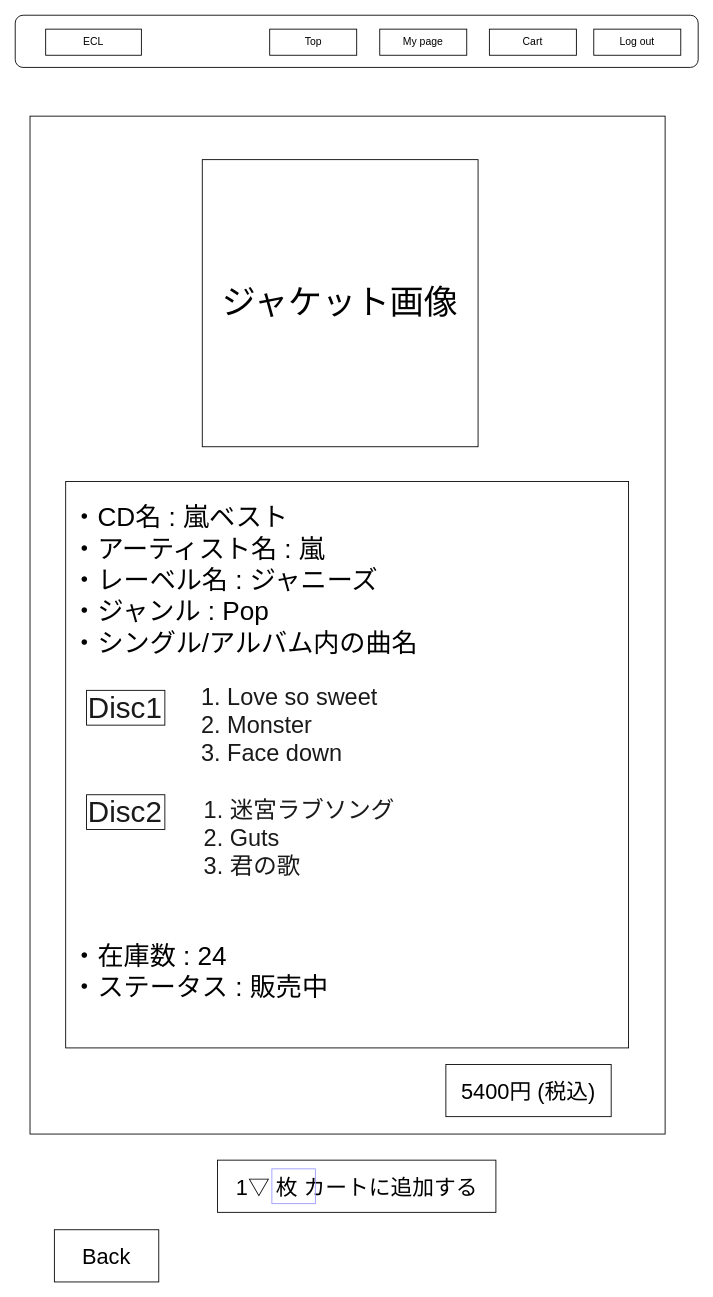
Before: ワイヤーフレーム/user/user_item_detail.drawio in ecl11/ECL, a draw.io diagram. Source tidied: cells renumbered, new cells numbered last; positions are measured from the earlier drawing's top-left corner, leaving out a move shared by most shapes. Both pictures are drawn from the tidied source at 87%, with x=0, y=0 at pixel (15, 15).
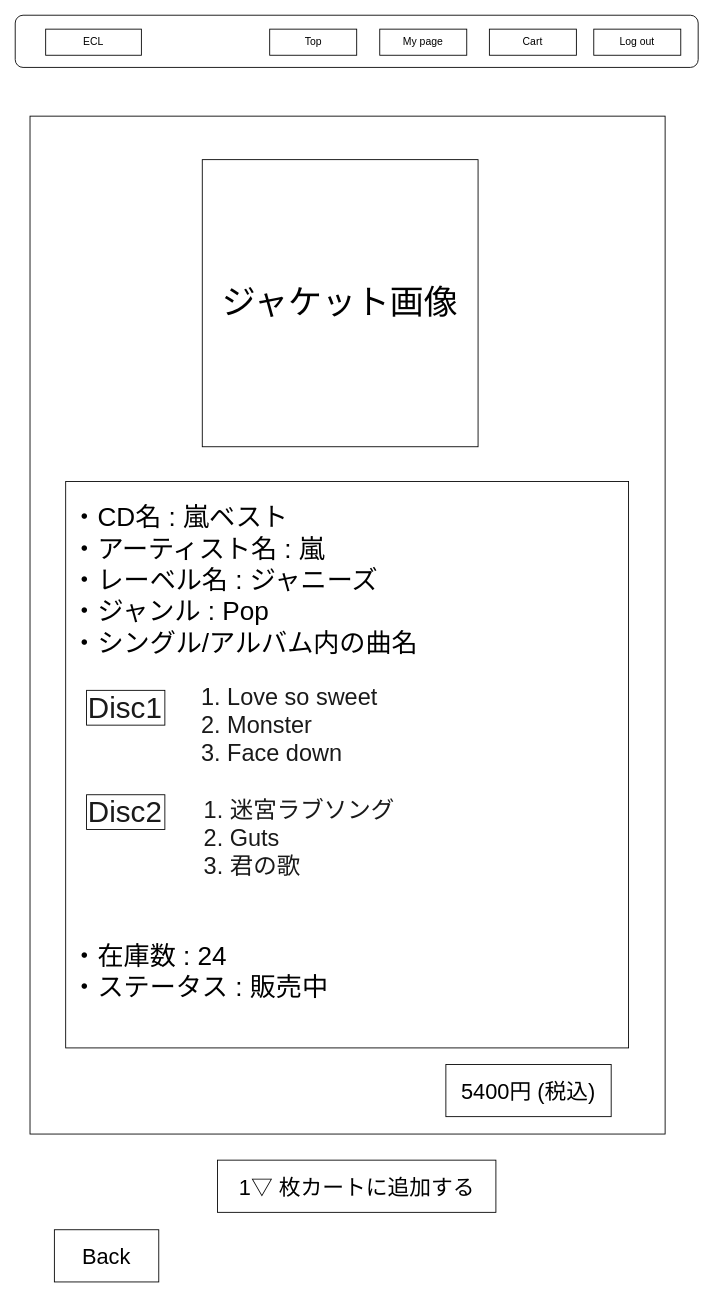
The same diagram, later.

What changed in the source:
```diff
@@
 <mxGraphModel>
   <root>
     <mxCell id="0" />
     <mxCell id="1" parent="0" />
     <mxCell id="2" style="rounded=0;whiteSpace=wrap;html=1;" parent="1" vertex="1">
       <mxGeometry x="17" y="116" width="730" height="1170" as="geometry" />
     </mxCell>
     <mxCell id="3" value="&lt;font style=&quot;font-size: 39px&quot;&gt;ジャケット画像&lt;/font&gt;" style="rounded=0;whiteSpace=wrap;html=1;" parent="1" vertex="1">
       <mxGeometry x="215" y="166" width="317" height="330" as="geometry" />
     </mxCell>
-    <mxCell id="4" value="&lt;span style=&quot;font-size: 25px&quot;&gt;1▽ 枚 カートに追加する&lt;/span&gt;" style="rounded=0;whiteSpace=wrap;html=1;" parent="1" vertex="1">
+    <mxCell id="4" value="&lt;span style=&quot;font-size: 25px&quot;&gt;1▽ 枚カートに追加する&lt;/span&gt;" style="rounded=0;whiteSpace=wrap;html=1;" parent="1" vertex="1">
       <mxGeometry x="232.5" y="1316" width="320" height="60" as="geometry" />
     </mxCell>
     <mxCell id="5" style="rounded=1;whiteSpace=wrap;html=1;" parent="1" vertex="1">
       <mxGeometry width="785" height="60" as="geometry" />
     </mxCell>
     <mxCell id="6" value="ECL" style="rounded=0;whiteSpace=wrap;html=1;" parent="1" vertex="1">
       <mxGeometry x="35" y="16" width="110" height="30" as="geometry" />
     </mxCell>
     <mxCell id="7" value="Top" style="rounded=0;whiteSpace=wrap;html=1;" parent="1" vertex="1">
       <mxGeometry x="292.5" y="16" width="100" height="30" as="geometry" />
     </mxCell>
     <mxCell id="8" value="Cart" style="rounded=0;whiteSpace=wrap;html=1;" parent="1" vertex="1">
       <mxGeometry x="545" y="16" width="100" height="30" as="geometry" />
     </mxCell>
     <mxCell id="9" value="Log out" style="rounded=0;whiteSpace=wrap;html=1;" parent="1" vertex="1">
       <mxGeometry x="665" y="16" width="100" height="30" as="geometry" />
     </mxCell>
     <mxCell id="10" value="My page" style="rounded=0;whiteSpace=wrap;html=1;" parent="1" vertex="1">
       <mxGeometry x="419" y="16" width="100" height="30" as="geometry" />
     </mxCell>
     <mxCell id="11" value="&lt;font style=&quot;font-size: 25px&quot;&gt;Back&lt;/font&gt;" style="rounded=0;whiteSpace=wrap;html=1;" parent="1" vertex="1">
       <mxGeometry x="45" y="1396" width="120" height="60" as="geometry" />
     </mxCell>
     <mxCell id="12" value="&lt;p style=&quot;line-height: 160%&quot;&gt;&lt;/p&gt;&lt;div style=&quot;text-align: left ; font-size: 30px&quot;&gt;&lt;span&gt;&lt;font style=&quot;font-size: 30px&quot;&gt;・CD名 : 嵐ベスト&amp;nbsp;&lt;/font&gt;&lt;/span&gt;&lt;/div&gt;&lt;div style=&quot;text-align: left ; font-size: 30px&quot;&gt;&lt;span&gt;&lt;font style=&quot;font-size: 30px&quot;&gt;・アーティスト名 : 嵐&lt;/font&gt;&lt;/span&gt;&lt;/div&gt;&lt;div style=&quot;text-align: left ; font-size: 30px&quot;&gt;&lt;span&gt;&lt;font style=&quot;font-size: 30px&quot;&gt;・レーベル名 : ジャニーズ&lt;/font&gt;&lt;/span&gt;&lt;/div&gt;&lt;div style=&quot;text-align: left ; font-size: 30px&quot;&gt;&lt;span&gt;&lt;font style=&quot;font-size: 30px&quot;&gt;・ジャンル : Pop&lt;/font&gt;&lt;/span&gt;&lt;/div&gt;&lt;div style=&quot;text-align: left ; font-size: 30px&quot;&gt;&lt;span&gt;&lt;font style=&quot;font-size: 30px&quot;&gt;・シングル/アルバム内の曲名&lt;/font&gt;&lt;/span&gt;&lt;/div&gt;&lt;div style=&quot;text-align: left ; font-size: 30px&quot;&gt;&lt;span&gt;&lt;font style=&quot;font-size: 30px&quot;&gt;　&lt;/font&gt;&lt;/span&gt;&lt;/div&gt;&lt;div style=&quot;text-align: left ; font-size: 30px&quot;&gt;&lt;br&gt;&lt;/div&gt;&lt;div style=&quot;text-align: left ; font-size: 30px&quot;&gt;&lt;span&gt;&lt;font style=&quot;font-size: 30px&quot;&gt;&lt;br&gt;&lt;/font&gt;&lt;/span&gt;&lt;/div&gt;&lt;div style=&quot;text-align: left ; font-size: 30px&quot;&gt;&lt;span&gt;&lt;font style=&quot;font-size: 30px&quot;&gt;&lt;br&gt;&lt;/font&gt;&lt;/span&gt;&lt;/div&gt;&lt;div style=&quot;text-align: left ; font-size: 30px&quot;&gt;&lt;span&gt;&lt;font style=&quot;font-size: 30px&quot;&gt;&lt;br&gt;&lt;/font&gt;&lt;/span&gt;&lt;/div&gt;&lt;div style=&quot;text-align: left ; font-size: 30px&quot;&gt;&lt;span&gt;&lt;font style=&quot;font-size: 30px&quot;&gt;&amp;nbsp; &amp;nbsp;&amp;nbsp;&lt;/font&gt;&lt;/span&gt;&lt;/div&gt;&lt;div style=&quot;text-align: left ; font-size: 30px&quot;&gt;&lt;span&gt;&lt;font style=&quot;font-size: 30px&quot;&gt;&lt;br&gt;&lt;/font&gt;&lt;/span&gt;&lt;/div&gt;&lt;div style=&quot;text-align: left ; font-size: 30px&quot;&gt;&lt;span&gt;&lt;font style=&quot;font-size: 30px&quot;&gt;&lt;br&gt;&lt;/font&gt;&lt;/span&gt;&lt;/div&gt;&lt;div style=&quot;text-align: left ; font-size: 30px&quot;&gt;&lt;br&gt;&lt;/div&gt;&lt;div style=&quot;text-align: left ; font-size: 30px&quot;&gt;&lt;span&gt;&lt;font style=&quot;font-size: 30px&quot;&gt;・在庫数 : 24&lt;/font&gt;&lt;/span&gt;&lt;/div&gt;&lt;div style=&quot;text-align: left ; font-size: 30px&quot;&gt;&lt;span&gt;&lt;font style=&quot;font-size: 30px&quot;&gt;・ステータス : 販売中&lt;/font&gt;&lt;/span&gt;&lt;/div&gt;&lt;p&gt;&lt;/p&gt;" style="rounded=0;whiteSpace=wrap;html=1;align=left;verticalAlign=top;spacing=7;" parent="1" vertex="1">
       <mxGeometry x="58" y="536" width="647" height="651" as="geometry" />
     </mxCell>
     <mxCell id="13" value="&lt;span style=&quot;font-size: 25px&quot;&gt;5400円 (税込)&lt;/span&gt;" style="rounded=0;whiteSpace=wrap;html=1;" parent="1" vertex="1">
       <mxGeometry x="495" y="1206" width="190" height="60" as="geometry" />
     </mxCell>
     <mxCell id="14" value="Disc1" style="rounded=0;whiteSpace=wrap;html=1;fillColor=none;fontSize=34;fontColor=#1A1A1A;align=left;" parent="1" vertex="1">
       <mxGeometry x="82" y="776" width="90" height="40" as="geometry" />
     </mxCell>
     <mxCell id="15" value="1. Love so sweet&lt;br style=&quot;font-size: 27px;&quot;&gt;2. Monster&lt;br style=&quot;font-size: 27px;&quot;&gt;3. Face down&lt;br style=&quot;font-size: 27px;&quot;&gt;" style="rounded=1;whiteSpace=wrap;html=1;fillColor=none;fontSize=27;fontColor=#1A1A1A;align=left;strokeColor=none;" parent="1" vertex="1">
       <mxGeometry x="212" y="786" width="393" height="60" as="geometry" />
     </mxCell>
     <mxCell id="16" value="Disc2" style="rounded=0;whiteSpace=wrap;html=1;fillColor=none;fontSize=34;fontColor=#1A1A1A;align=left;" parent="1" vertex="1">
       <mxGeometry x="82" y="896" width="90" height="40" as="geometry" />
     </mxCell>
     <mxCell id="17" value="1. 迷宮ラブソング&lt;br style=&quot;font-size: 27px&quot;&gt;2. Guts&lt;br style=&quot;font-size: 27px&quot;&gt;3. 君の歌&lt;br style=&quot;font-size: 27px&quot;&gt;" style="rounded=1;whiteSpace=wrap;html=1;fillColor=none;fontSize=27;fontColor=#1A1A1A;align=left;strokeColor=none;" parent="1" vertex="1">
       <mxGeometry x="215" y="916" width="393" height="60" as="geometry" />
     </mxCell>
-    <mxCell id="18" style="rounded=0;whiteSpace=wrap;html=1;fillColor=none;fontSize=27;fontColor=#1A1A1A;align=left;strokeColor=#9999FF;" parent="1" vertex="1">
-      <mxGeometry x="295" y="1326" width="50" height="40" as="geometry" />
-    </mxCell>
   </root>
 </mxGraphModel>
```
